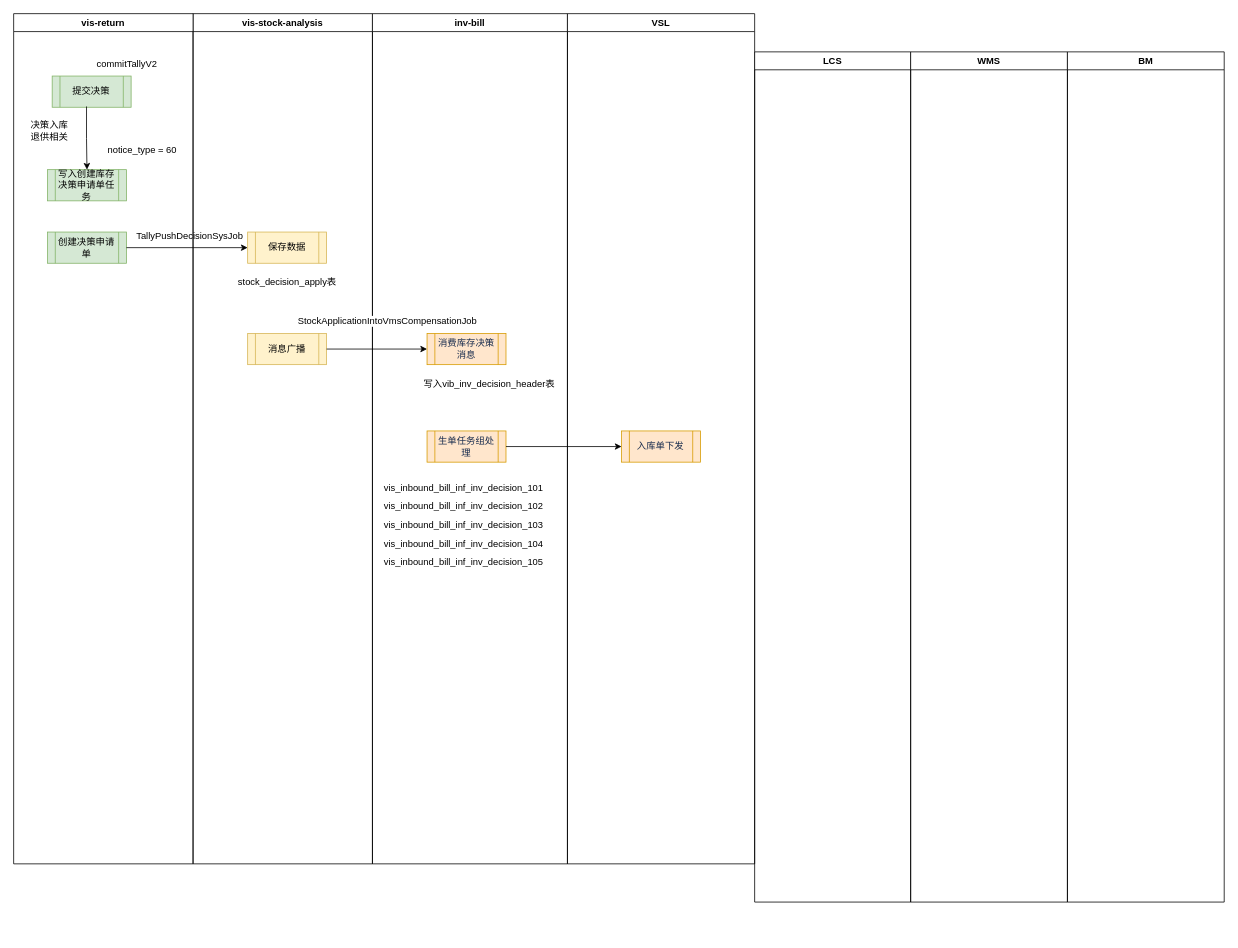
This is page "第 10 页" (10 of 10) of 理货.drawio from vvhard/draw_io, a draw.io file, before an edit. Source tidied: cells renumbered, new cells numbered last; positions are measured from the earlier drawing's top-left corner, leaving out a move shared by most shapes. Both pictures are drawn from the tidied source at 78%, with x=0, y=0 at pixel (13, 13).
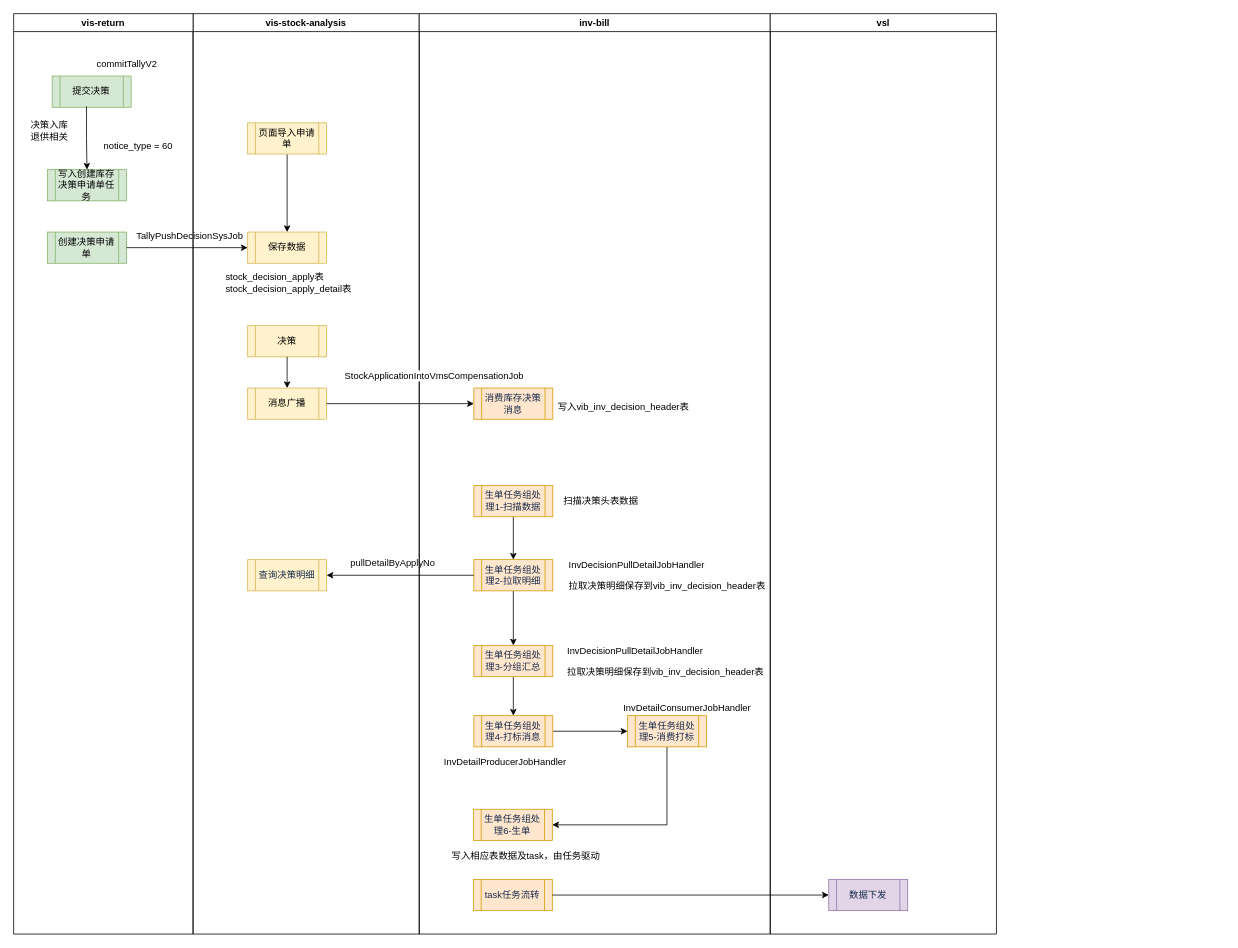
The same diagram, later.

The change refers to these unchanged cells:
```xml
<mxCell id="3" value="保存数据" style="shape=process;whiteSpace=wrap;html=1;backgroundOutline=1;fillColor=#fff2cc;strokeColor=#d6b656;" parent="2" vertex="1">
  <mxGeometry x="70" y="280" width="101.2" height="40" as="geometry" />
</mxCell>
```

What changed in the source:
```diff
@@
     <mxCell id="2" value="vis-stock-analysis" style="swimlane;whiteSpace=wrap;html=1;" parent="1" vertex="1">
-      <mxGeometry x="230" width="230" height="1090" as="geometry" />
+      <mxGeometry x="230" width="290" height="1180" as="geometry" />
     </mxCell>
@@
-    <mxCell id="4" value="stock_decision_apply表" style="text;html=1;whiteSpace=wrap;strokeColor=none;fillColor=none;align=center;verticalAlign=middle;rounded=0;" parent="2" vertex="1">
-      <mxGeometry x="55.6" y="330" width="130" height="30" as="geometry" />
+    <mxCell id="4" value="stock_decision_apply表&lt;div&gt;stock_decision_apply_detail表&lt;/div&gt;" style="text;html=1;whiteSpace=wrap;strokeColor=none;fillColor=none;align=left;verticalAlign=middle;rounded=0;" parent="2" vertex="1">
+      <mxGeometry x="40" y="330" width="174.4" height="30" as="geometry" />
     </mxCell>
+    <mxCell id="29" style="edgeStyle=orthogonalEdgeStyle;rounded=0;jettySize=auto;html=1;entryX=0.5;entryY=0;entryDx=0;entryDy=0;" parent="2" edge="1" source="30" target="3">
+      <mxGeometry relative="1" as="geometry" />
+    </mxCell>
+    <mxCell id="30" value="&lt;p&gt;页面导入申请单&lt;/p&gt;" style="shape=process;whiteSpace=wrap;html=1;backgroundOutline=1;fillColor=#fff2cc;strokeColor=#d6b656;" parent="2" vertex="1">
+      <mxGeometry x="70" y="140" width="101.2" height="40" as="geometry" />
+    </mxCell>
+    <mxCell id="31" value="决策" style="shape=process;whiteSpace=wrap;html=1;backgroundOutline=1;fillColor=#fff2cc;strokeColor=#d6b656;" parent="2" vertex="1">
+      <mxGeometry x="70" y="400" width="101.2" height="40" as="geometry" />
+    </mxCell>
     <mxCell id="5" value="inv-bill" style="swimlane;whiteSpace=wrap;html=1;" parent="1" vertex="1">
-      <mxGeometry x="460" width="250" height="1090" as="geometry" />
+      <mxGeometry x="520" width="450" height="1180" as="geometry" />
     </mxCell>
+    <mxCell id="32" value="&lt;p&gt;&lt;span style=&quot;color: rgb(23, 43, 77); text-align: left;&quot;&gt;&lt;font face=&quot;Helvetica&quot; style=&quot;font-size: 12px;&quot;&gt;查询决策明细&lt;/font&gt;&lt;/span&gt;&lt;/p&gt;" style="shape=process;whiteSpace=wrap;html=1;backgroundOutline=1;fillColor=#fff2cc;strokeColor=#d6b656;" parent="5" vertex="1">
+      <mxGeometry x="-220" y="700" width="101.2" height="40" as="geometry" />
+    </mxCell>
+    <mxCell id="33" value="&lt;div style=&quot;color: rgb(8, 8, 8);&quot;&gt;&lt;p style=&quot;&quot;&gt;&lt;font face=&quot;Helvetica&quot;&gt;pullDetailByApplyNo&lt;/font&gt;&lt;/p&gt;&lt;/div&gt;" style="text;html=1;whiteSpace=wrap;strokeColor=none;fillColor=none;align=left;verticalAlign=middle;rounded=0;" parent="5" vertex="1">
+      <mxGeometry x="-90" y="690" width="104.4" height="30" as="geometry" />
+    </mxCell>
     <mxCell id="6" value="消息广播" style="shape=process;whiteSpace=wrap;html=1;backgroundOutline=1;fillColor=#fff2cc;strokeColor=#d6b656;" parent="5" vertex="1">
-      <mxGeometry x="-160" y="410" width="101.2" height="40" as="geometry" />
+      <mxGeometry x="-220" y="480" width="101.2" height="40" as="geometry" />
     </mxCell>
     <mxCell id="7" value="&lt;p&gt;&lt;span style=&quot;color: rgb(23, 43, 77); text-align: left;&quot;&gt;&lt;font face=&quot;Helvetica&quot; style=&quot;font-size: 12px;&quot;&gt;消费库存决策消息&lt;/font&gt;&lt;/span&gt;&lt;/p&gt;" style="shape=process;whiteSpace=wrap;html=1;backgroundOutline=1;fillColor=#ffe6cc;strokeColor=#d79b00;" parent="5" vertex="1">
-      <mxGeometry x="70" y="410" width="101.2" height="40" as="geometry" />
+      <mxGeometry x="70" y="480" width="101.2" height="40" as="geometry" />
     </mxCell>
-    <mxCell id="8" style="edgeStyle=orthogonalEdgeStyle;rounded=0;jettySize=auto;html=1;entryX=0;entryY=0.5;entryDx=0;entryDy=0;" parent="5" edge="1" source="6" target="7">
-      <mxGeometry relative="1" as="geometry" />
-    </mxCell>
     <mxCell id="9" value="&lt;p&gt;&lt;span style=&quot;text-align: left; background-color: rgb(255, 255, 255);&quot;&gt;&lt;font style=&quot;font-size: 12px;&quot;&gt;StockApplicationIntoVmsCompensationJob&lt;/font&gt;&lt;/span&gt;&lt;/p&gt;" style="text;html=1;whiteSpace=wrap;strokeColor=none;fillColor=none;align=center;verticalAlign=middle;rounded=0;" parent="5" vertex="1">
-      <mxGeometry x="-100" y="380" width="238.8" height="30" as="geometry" />
+      <mxGeometry x="-100" y="450" width="238.8" height="30" as="geometry" />
     </mxCell>
-    <mxCell id="10" value="&lt;p&gt;写入&lt;span style=&quot;text-align: left;&quot;&gt;&lt;font face=&quot;Helvetica&quot; style=&quot;font-size: 12px;&quot;&gt;vib_inv_decision_header表&lt;/font&gt;&lt;/span&gt;&lt;/p&gt;" style="text;html=1;whiteSpace=wrap;strokeColor=none;fillColor=none;align=center;verticalAlign=middle;rounded=0;" parent="5" vertex="1">
-      <mxGeometry x="50" y="460" width="200" height="30" as="geometry" />
+    <mxCell id="10" value="&lt;p&gt;扫描决策头表数据&lt;/p&gt;" style="text;html=1;whiteSpace=wrap;strokeColor=none;fillColor=none;align=center;verticalAlign=middle;rounded=0;" parent="5" vertex="1">
+      <mxGeometry x="175.6" y="610" width="114.4" height="30" as="geometry" />
     </mxCell>
+    <mxCell id="34" style="edgeStyle=orthogonalEdgeStyle;rounded=0;jettySize=auto;html=1;entryX=0.5;entryY=0;entryDx=0;entryDy=0;" parent="5" edge="1" source="11" target="36">
+      <mxGeometry relative="1" as="geometry" />
+    </mxCell>
-    <mxCell id="11" value="&lt;p&gt;&lt;span style=&quot;color: rgb(23, 43, 77); text-align: left;&quot;&gt;&lt;font face=&quot;Helvetica&quot; style=&quot;font-size: 12px;&quot;&gt;生单任务组处理&lt;/font&gt;&lt;/span&gt;&lt;/p&gt;" style="shape=process;whiteSpace=wrap;html=1;backgroundOutline=1;fillColor=#ffe6cc;strokeColor=#d79b00;" parent="5" vertex="1">
-      <mxGeometry x="70" y="535" width="101.2" height="40" as="geometry" />
+    <mxCell id="11" value="&lt;p&gt;&lt;span style=&quot;color: rgb(23, 43, 77); text-align: left;&quot;&gt;&lt;font face=&quot;Helvetica&quot; style=&quot;font-size: 12px;&quot;&gt;生单任务组处理1-扫描数据&lt;/font&gt;&lt;/span&gt;&lt;/p&gt;" style="shape=process;whiteSpace=wrap;html=1;backgroundOutline=1;fillColor=#ffe6cc;strokeColor=#d79b00;" parent="5" vertex="1">
+      <mxGeometry x="70" y="605" width="101.2" height="40" as="geometry" />
     </mxCell>
-    <mxCell id="12" value="&lt;div style=&quot;line-height: 100%;&quot;&gt;&lt;p&gt;vis_inbound_bill_inf_inv_decision_101&lt;/p&gt;&lt;p&gt;vis_inbound_bill_inf_inv_decision_102&lt;/p&gt;&lt;p&gt;vis_inbound_bill_inf_inv_decision_103&lt;/p&gt;&lt;p&gt;vis_inbound_bill_inf_inv_decision_104&lt;/p&gt;&lt;p&gt;vis_inbound_bill_inf_inv_decision_105&lt;/p&gt;&lt;/div&gt;" style="text;html=1;whiteSpace=wrap;strokeColor=none;fillColor=none;align=left;verticalAlign=middle;rounded=0;" parent="5" vertex="1">
-      <mxGeometry x="12.5" y="590" width="245" height="130" as="geometry" />
-    </mxCell>
+    <mxCell id="35" style="edgeStyle=orthogonalEdgeStyle;rounded=0;jettySize=auto;html=1;entryX=0.5;entryY=0;entryDx=0;entryDy=0;" parent="5" edge="1" source="36" target="38">
+      <mxGeometry relative="1" as="geometry" />
+    </mxCell>
+    <mxCell id="36" value="&lt;p&gt;&lt;span style=&quot;color: rgb(23, 43, 77); text-align: left;&quot;&gt;生单任务组处理2-拉取明细&lt;/span&gt;&lt;/p&gt;" style="shape=process;whiteSpace=wrap;html=1;backgroundOutline=1;fillColor=#ffe6cc;strokeColor=#d79b00;" parent="5" vertex="1">
+      <mxGeometry x="70" y="700" width="101.2" height="40" as="geometry" />
+    </mxCell>
+    <mxCell id="37" style="edgeStyle=orthogonalEdgeStyle;rounded=0;jettySize=auto;html=1;entryX=0.5;entryY=0;entryDx=0;entryDy=0;" parent="5" edge="1" source="38" target="42">
+      <mxGeometry relative="1" as="geometry" />
+    </mxCell>
+    <mxCell id="38" value="&lt;p&gt;&lt;span style=&quot;color: rgb(23, 43, 77); text-align: left;&quot;&gt;&lt;font face=&quot;Helvetica&quot; style=&quot;font-size: 12px;&quot;&gt;生单任务组处理3-分组汇总&lt;/font&gt;&lt;/span&gt;&lt;/p&gt;" style="shape=process;whiteSpace=wrap;html=1;backgroundOutline=1;fillColor=#ffe6cc;strokeColor=#d79b00;" parent="5" vertex="1">
+      <mxGeometry x="70" y="810" width="101.2" height="40" as="geometry" />
+    </mxCell>
+    <mxCell id="39" value="&lt;p&gt;写入&lt;span style=&quot;&quot;&gt;&lt;font face=&quot;Helvetica&quot; style=&quot;font-size: 12px;&quot;&gt;vib_inv_decision_header表&lt;/font&gt;&lt;/span&gt;&lt;/p&gt;" style="text;html=1;whiteSpace=wrap;strokeColor=none;fillColor=none;align=left;verticalAlign=middle;rounded=0;" parent="5" vertex="1">
+      <mxGeometry x="175.6" y="490" width="174.4" height="30" as="geometry" />
+    </mxCell>
+    <mxCell id="40" value="&lt;p&gt;InvDecisionPullDetailJobHandler&lt;/p&gt;&lt;p&gt;拉取决策明细&lt;span style=&quot;background-color: transparent; color: light-dark(rgb(0, 0, 0), rgb(255, 255, 255));&quot;&gt;保存到&lt;/span&gt;&lt;span style=&quot;background-color: transparent; color: light-dark(rgb(0, 0, 0), rgb(255, 255, 255));&quot;&gt;vib_inv_decision_header表&lt;/span&gt;&lt;/p&gt;" style="text;html=1;whiteSpace=wrap;strokeColor=none;fillColor=none;align=left;verticalAlign=middle;rounded=0;" parent="5" vertex="1">
+      <mxGeometry x="190" y="705" width="260" height="30" as="geometry" />
+    </mxCell>
+    <mxCell id="41" style="edgeStyle=orthogonalEdgeStyle;rounded=0;jettySize=auto;html=1;" parent="5" edge="1" source="42" target="44">
+      <mxGeometry relative="1" as="geometry" />
+    </mxCell>
+    <mxCell id="42" value="&lt;p&gt;&lt;span style=&quot;color: rgb(23, 43, 77); text-align: left;&quot;&gt;&lt;font face=&quot;Helvetica&quot; style=&quot;font-size: 12px;&quot;&gt;生单任务组处理4-打标消息&lt;/font&gt;&lt;/span&gt;&lt;/p&gt;" style="shape=process;whiteSpace=wrap;html=1;backgroundOutline=1;fillColor=#ffe6cc;strokeColor=#d79b00;" parent="5" vertex="1">
+      <mxGeometry x="70" y="900" width="101.2" height="40" as="geometry" />
+    </mxCell>
+    <mxCell id="43" style="edgeStyle=orthogonalEdgeStyle;rounded=0;jettySize=auto;html=1;entryX=1;entryY=0.5;entryDx=0;entryDy=0;exitX=0.5;exitY=1;exitDx=0;exitDy=0;" parent="5" edge="1" source="44" target="49">
+      <mxGeometry relative="1" as="geometry">
+        <Array as="points">
+          <mxPoint x="318" y="1040" />
+        </Array>
+      </mxGeometry>
+    </mxCell>
+    <mxCell id="44" value="&lt;p&gt;&lt;span style=&quot;color: rgb(23, 43, 77); text-align: left;&quot;&gt;&lt;font face=&quot;Helvetica&quot; style=&quot;font-size: 12px;&quot;&gt;生单任务组处理5-消费打标&lt;/font&gt;&lt;/span&gt;&lt;/p&gt;" style="shape=process;whiteSpace=wrap;html=1;backgroundOutline=1;fillColor=#ffe6cc;strokeColor=#d79b00;" parent="5" vertex="1">
+      <mxGeometry x="267" y="900" width="101.2" height="40" as="geometry" />
+    </mxCell>
+    <mxCell id="45" value="&lt;div style=&quot;color: rgb(8, 8, 8);&quot;&gt;&lt;div style=&quot;&quot;&gt;&lt;pre style=&quot;&quot;&gt;&lt;span style=&quot;color: rgb(0, 0, 0);&quot;&gt;&lt;font style=&quot;&quot; face=&quot;Helvetica&quot;&gt;InvDetailProducerJobHandler&lt;/font&gt;&lt;/span&gt;&lt;/pre&gt;&lt;/div&gt;&lt;/div&gt;" style="text;html=1;whiteSpace=wrap;strokeColor=none;fillColor=none;align=left;verticalAlign=middle;rounded=0;" parent="5" vertex="1">
+      <mxGeometry x="30" y="950" width="160" height="20" as="geometry" />
+    </mxCell>
+    <mxCell id="46" value="&lt;div style=&quot;color: rgb(8, 8, 8);&quot;&gt;&lt;pre style=&quot;&quot;&gt;&lt;div style=&quot;&quot;&gt;&lt;pre style=&quot;&quot;&gt;&lt;span style=&quot;color: rgb(0, 0, 0);&quot;&gt;&lt;font style=&quot;&quot; face=&quot;Helvetica&quot;&gt;InvDetailConsumerJobHandler&lt;/font&gt;&lt;/span&gt;&lt;/pre&gt;&lt;/div&gt;&lt;/pre&gt;&lt;/div&gt;" style="text;html=1;whiteSpace=wrap;strokeColor=none;fillColor=none;align=left;verticalAlign=middle;rounded=0;" parent="5" vertex="1">
+      <mxGeometry x="260" y="880" width="180" height="20" as="geometry" />
+    </mxCell>
+    <mxCell id="47" style="edgeStyle=orthogonalEdgeStyle;rounded=0;jettySize=auto;html=1;entryX=1;entryY=0.5;entryDx=0;entryDy=0;" parent="5" edge="1" source="36" target="32">
+      <mxGeometry relative="1" as="geometry" />
+    </mxCell>
+    <mxCell id="8" style="edgeStyle=orthogonalEdgeStyle;rounded=0;jettySize=auto;html=1;entryX=0;entryY=0.5;entryDx=0;entryDy=0;" parent="5" edge="1" source="6" target="7">
+      <mxGeometry relative="1" as="geometry" />
+    </mxCell>
+    <mxCell id="48" value="&lt;p&gt;InvDecisionPullDetailJobHandler&lt;/p&gt;&lt;p&gt;拉取决策明细&lt;span style=&quot;background-color: transparent; color: light-dark(rgb(0, 0, 0), rgb(255, 255, 255));&quot;&gt;保存到&lt;/span&gt;&lt;span style=&quot;background-color: transparent; color: light-dark(rgb(0, 0, 0), rgb(255, 255, 255));&quot;&gt;vib_inv_decision_header表&lt;/span&gt;&lt;/p&gt;" style="text;html=1;whiteSpace=wrap;strokeColor=none;fillColor=none;align=left;verticalAlign=middle;rounded=0;" parent="5" vertex="1">
+      <mxGeometry x="187.6" y="815" width="260" height="30" as="geometry" />
+    </mxCell>
+    <mxCell id="49" value="&lt;p&gt;&lt;span style=&quot;color: rgb(23, 43, 77); text-align: left;&quot;&gt;&lt;font face=&quot;Helvetica&quot; style=&quot;font-size: 12px;&quot;&gt;生单任务组处理6-生单&lt;/font&gt;&lt;/span&gt;&lt;/p&gt;" style="shape=process;whiteSpace=wrap;html=1;backgroundOutline=1;fillColor=#ffe6cc;strokeColor=#d79b00;" parent="5" vertex="1">
+      <mxGeometry x="69.4" y="1020" width="101.2" height="40" as="geometry" />
+    </mxCell>
+    <mxCell id="50" value="&lt;p&gt;&lt;span style=&quot;color: rgb(23, 43, 77); text-align: left;&quot;&gt;&lt;font face=&quot;Helvetica&quot; style=&quot;font-size: 12px;&quot;&gt;task任务流转&lt;/font&gt;&lt;/span&gt;&lt;/p&gt;" style="shape=process;whiteSpace=wrap;html=1;backgroundOutline=1;fillColor=#ffe6cc;strokeColor=#d79b00;" parent="5" vertex="1">
+      <mxGeometry x="69.4" y="1110" width="101.2" height="40" as="geometry" />
+    </mxCell>
+    <mxCell id="51" value="&lt;p&gt;&lt;span style=&quot;color: rgb(23, 43, 77); text-align: left;&quot;&gt;&lt;font face=&quot;Helvetica&quot; style=&quot;font-size: 12px;&quot;&gt;数据下发&lt;/font&gt;&lt;/span&gt;&lt;/p&gt;" style="shape=process;whiteSpace=wrap;html=1;backgroundOutline=1;fillColor=#e1d5e7;strokeColor=#9673a6;" parent="5" vertex="1">
+      <mxGeometry x="525" y="1110" width="101.2" height="40" as="geometry" />
+    </mxCell>
+    <mxCell id="52" style="edgeStyle=orthogonalEdgeStyle;rounded=0;jettySize=auto;html=1;entryX=0;entryY=0.5;entryDx=0;entryDy=0;" parent="5" edge="1" source="50" target="51">
+      <mxGeometry relative="1" as="geometry" />
+    </mxCell>
+    <mxCell id="53" value="&lt;p style=&quot;color: rgb(8, 8, 8); background-color: light-dark(rgb(255, 255, 255), rgb(18, 18, 18));&quot;&gt;&lt;span style=&quot;background-color: transparent; color: light-dark(rgb(0, 0, 0), rgb(237, 237, 237));&quot;&gt;写入相应表数据及task，由任务驱动&lt;/span&gt;&lt;/p&gt;" style="text;html=1;whiteSpace=wrap;strokeColor=none;fillColor=none;align=left;verticalAlign=middle;rounded=0;" parent="5" vertex="1">
+      <mxGeometry x="40" y="1070" width="197" height="20" as="geometry" />
+    </mxCell>
     <mxCell id="13" value="vis-return" style="swimlane;whiteSpace=wrap;html=1;startSize=23;" parent="1" vertex="1">
-      <mxGeometry width="230" height="1090" as="geometry" />
+      <mxGeometry width="230" height="1180" as="geometry" />
     </mxCell>
@@
     <mxCell id="20" value="notice_type = 60" style="text;html=1;whiteSpace=wrap;strokeColor=none;fillColor=none;align=center;verticalAlign=middle;rounded=0;" parent="13" vertex="1">
-      <mxGeometry x="110" y="160" width="110" height="30" as="geometry" />
+      <mxGeometry x="110" y="160" width="100" height="20" as="geometry" />
     </mxCell>
@@
-    <mxCell id="22" value="VSL" style="swimlane;whiteSpace=wrap;html=1;" parent="1" vertex="1">
-      <mxGeometry x="710" width="240" height="1090" as="geometry" />
-    </mxCell>
-    <mxCell id="23" value="&lt;p style=&quot;text-align: left;&quot;&gt;&lt;font color=&quot;#172b4d&quot;&gt;入库单下发&lt;/font&gt;&lt;/p&gt;" style="shape=process;whiteSpace=wrap;html=1;backgroundOutline=1;fillColor=#ffe6cc;strokeColor=#d79b00;" parent="22" vertex="1">
-      <mxGeometry x="69.4" y="535" width="101.2" height="40" as="geometry" />
-    </mxCell>
-    <mxCell id="24" value="LCS" style="swimlane;whiteSpace=wrap;html=1;startSize=23;" parent="1" vertex="1">
-      <mxGeometry x="950" y="49" width="200" height="1090" as="geometry" />
-    </mxCell>
-    <mxCell id="25" value="WMS" style="swimlane;whiteSpace=wrap;html=1;startSize=23;" parent="1" vertex="1">
-      <mxGeometry x="1150" y="49" width="201" height="1090" as="geometry" />
-    </mxCell>
-    <mxCell id="26" value="BM" style="swimlane;whiteSpace=wrap;html=1;startSize=23;" parent="1" vertex="1">
-      <mxGeometry x="1351" y="49" width="201" height="1090" as="geometry" />
-    </mxCell>
@@
-    <mxCell id="28" style="edgeStyle=orthogonalEdgeStyle;rounded=0;jettySize=auto;html=1;entryX=0;entryY=0.5;entryDx=0;entryDy=0;" parent="1" edge="1" source="11" target="23">
-      <mxGeometry relative="1" as="geometry" />
-    </mxCell>
+    <mxCell id="54" value="vsl" style="swimlane;whiteSpace=wrap;html=1;" parent="1" vertex="1">
+      <mxGeometry x="970" width="290" height="1180" as="geometry" />
+    </mxCell>
+    <mxCell id="55" style="edgeStyle=orthogonalEdgeStyle;rounded=0;jettySize=auto;html=1;" parent="1" edge="1" source="31" target="6">
+      <mxGeometry relative="1" as="geometry" />
+    </mxCell>
```
